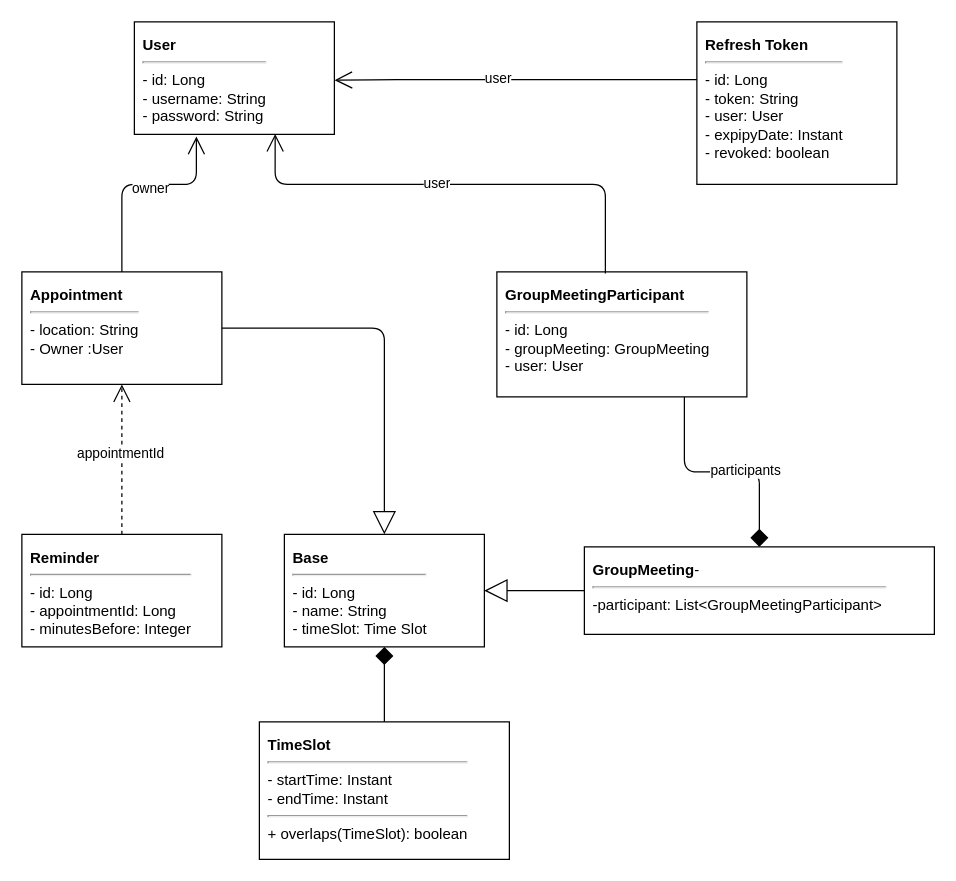
DamPhuQuy/Make-a-schedule keeps this draw.io diagram as docs/classdiagram.drawio. Above is the earlier version. Source tidied: cells renumbered, new cells numbered last; positions are measured from the earlier drawing's top-left corner, leaving out a move shared by most shapes. Both pictures are drawn from the tidied source at 125%, with x=0, y=0 at pixel (21, 21).
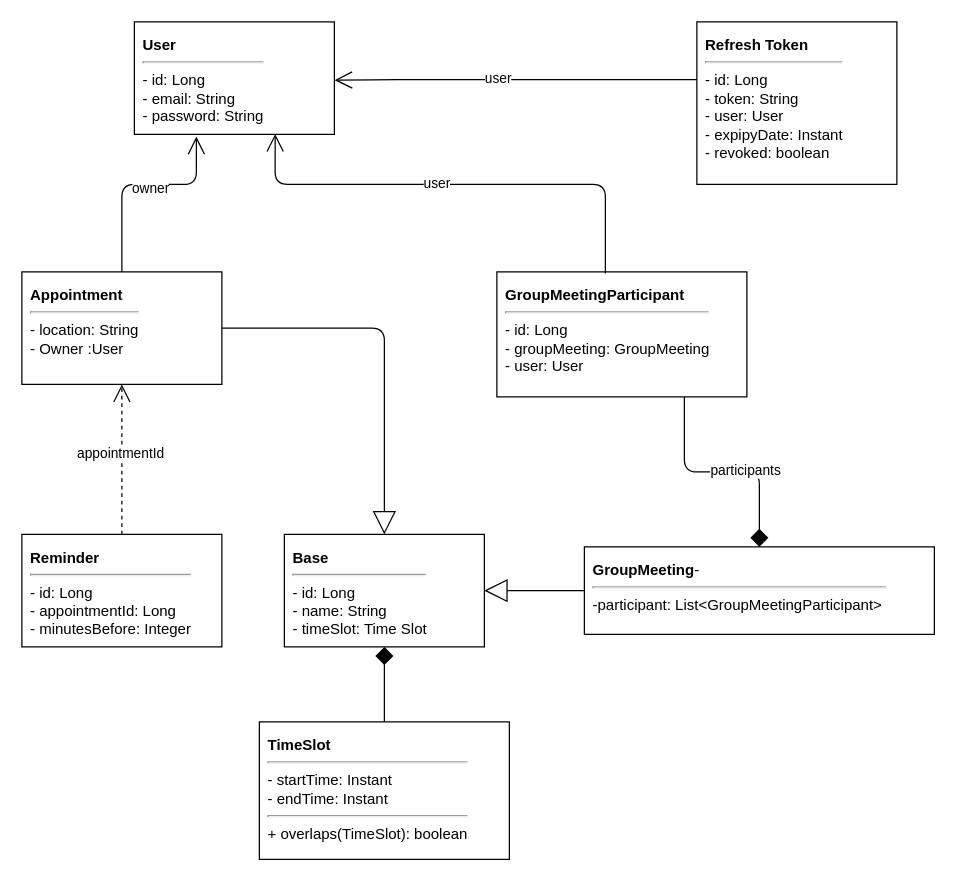
After the change.

What changed in the source:
```diff
@@
-    <mxCell id="4" value="&lt;b&gt;User&lt;/b&gt;&lt;hr&gt;- id: Long&lt;br&gt;- username: String&lt;br&gt;- password: String" style="rounded=0;whiteSpace=wrap;html=1;align=left;verticalAlign=top;spacingLeft=5;spacingRight=5;spacingTop=5;" parent="1" vertex="1">
+    <mxCell id="4" value="&lt;b&gt;User&lt;/b&gt;&lt;hr&gt;- id: Long&lt;br&gt;- email: String&lt;br&gt;- password: String" style="rounded=0;whiteSpace=wrap;html=1;align=left;verticalAlign=top;spacingLeft=5;spacingRight=5;spacingTop=5;" parent="1" vertex="1">
       <mxGeometry x="90" width="160" height="90" as="geometry" />
     </mxCell>
```
